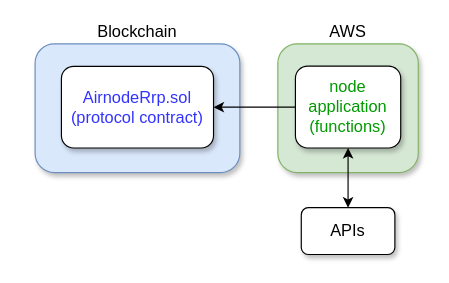
This is docs/airnode/v0.3/assets/diagrams/summary-airnode-2-parts.drawio from api3dao/old-api3-docs, a draw.io file, before an edit. Source tidied: cells renumbered, new cells numbered last; positions are measured from the earlier drawing's top-left corner, leaving out a move shared by most shapes. Both pictures are drawn from the tidied source at 117%, with x=0, y=0 at pixel (20, 20).
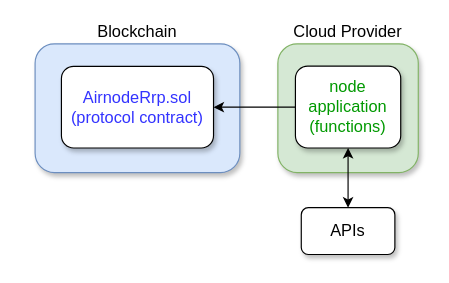
The same diagram, later.

Commit message (it also covers changes not shown here):
/airnode/v0.3/README adjusted to include GCP

What changed in the source:
```diff
@@
 <mxGraphModel>
   <root>
     <mxCell id="0" />
     <mxCell id="1" parent="0" />
     <mxCell id="2" style="rounded=1;whiteSpace=wrap;html=1;fillColor=#d5e8d4;strokeColor=#82b366;shadow=1;" parent="1" vertex="1">
       <mxGeometry x="220" y="20" width="120" height="110" as="geometry" />
     </mxCell>
     <mxCell id="3" value="&lt;font style=&quot;font-size: 14px&quot;&gt;APIs&lt;/font&gt;" style="rounded=1;whiteSpace=wrap;html=1;shadow=1;" parent="1" vertex="1">
       <mxGeometry x="240" y="160" width="80" height="40" as="geometry" />
     </mxCell>
     <mxCell id="4" style="edgeStyle=orthogonalEdgeStyle;rounded=0;jettySize=auto;html=1;entryX=0.5;entryY=0;entryDx=0;entryDy=0;startArrow=classic;startFill=1;" parent="1" edge="1" source="5" target="3">
       <mxGeometry relative="1" as="geometry" />
     </mxCell>
     <mxCell id="5" value="&lt;font style=&quot;font-size: 14px&quot; color=&quot;#009900&quot;&gt;node&lt;br&gt;application&lt;br&gt;(functions)&lt;/font&gt;" style="rounded=1;whiteSpace=wrap;html=1;shadow=1;" parent="1" vertex="1">
       <mxGeometry x="235" y="39" width="90" height="70" as="geometry" />
     </mxCell>
     <mxCell id="6" style="rounded=1;whiteSpace=wrap;html=1;fillColor=#dae8fc;strokeColor=#6c8ebf;shadow=1;" parent="1" vertex="1">
       <mxGeometry x="12.5" y="20" width="175" height="110" as="geometry" />
     </mxCell>
     <mxCell id="7" value="Blockchain" style="text;html=1;strokeColor=none;fillColor=none;align=center;verticalAlign=middle;whiteSpace=wrap;rounded=0;fontSize=14;" parent="1" vertex="1">
       <mxGeometry width="200" height="20" as="geometry" />
     </mxCell>
     <mxCell id="8" style="edgeStyle=orthogonalEdgeStyle;rounded=0;jettySize=auto;html=1;exitX=1;exitY=0.5;exitDx=0;exitDy=0;entryX=0;entryY=0.5;entryDx=0;entryDy=0;startArrow=classic;startFill=1;strokeColor=#000000;endArrow=none;endFill=0;" parent="1" edge="1" source="10" target="5">
       <mxGeometry relative="1" as="geometry" />
     </mxCell>
-    <mxCell id="9" value="&lt;span style=&quot;font-size: 14px;&quot;&gt;AWS&lt;/span&gt;" style="text;html=1;strokeColor=none;fillColor=none;align=center;verticalAlign=middle;whiteSpace=wrap;rounded=0;fontStyle=0;fontSize=14;" parent="1" vertex="1">
-      <mxGeometry x="260" width="40" height="20" as="geometry" />
+    <mxCell id="9" value="&lt;span style=&quot;font-size: 14px&quot;&gt;Cloud Provider&lt;/span&gt;" style="text;html=1;strokeColor=none;fillColor=none;align=center;verticalAlign=middle;whiteSpace=wrap;rounded=0;fontStyle=0;fontSize=14;" parent="1" vertex="1">
+      <mxGeometry x="210" width="140" height="20" as="geometry" />
     </mxCell>
     <mxCell id="10" value="&lt;font style=&quot;font-size: 14px&quot; color=&quot;#3333ff&quot;&gt;AirnodeRrp.sol&lt;br&gt;(protocol contract)&lt;/font&gt;" style="rounded=1;whiteSpace=wrap;html=1;shadow=1;" parent="1" vertex="1">
       <mxGeometry x="35" y="39.2" width="130" height="69.8" as="geometry" />
     </mxCell>
   </root>
 </mxGraphModel>
```
